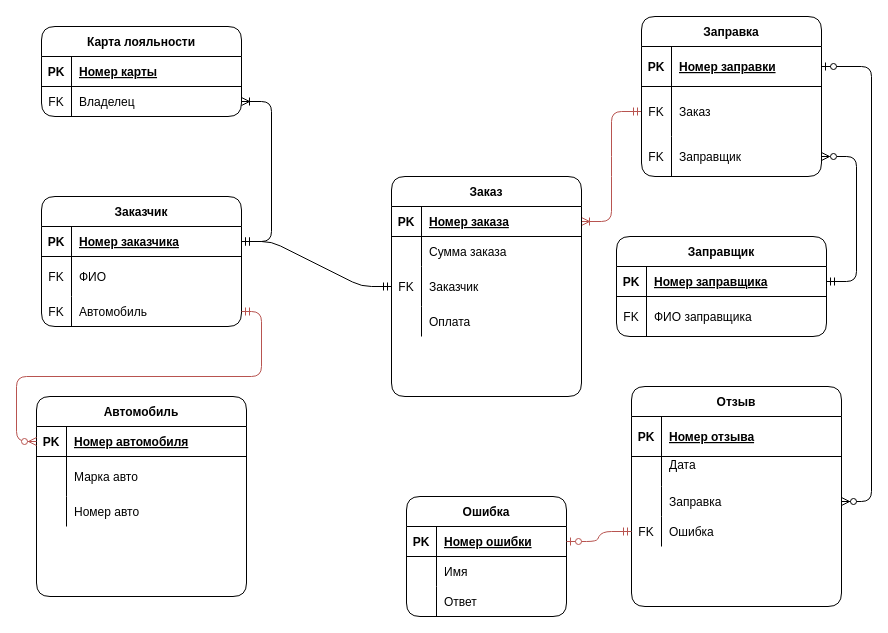
This is page "Logical" (1 of 2) of Diagrams/ERD.drawio from aleksey899/gas-station, a draw.io file, before an edit. Source tidied: cells renumbered, new cells numbered last; positions are measured from the earlier drawing's top-left corner, leaving out a move shared by most shapes. Both pictures are drawn from the tidied source at 100%, with x=0, y=0 at pixel (36, 16).
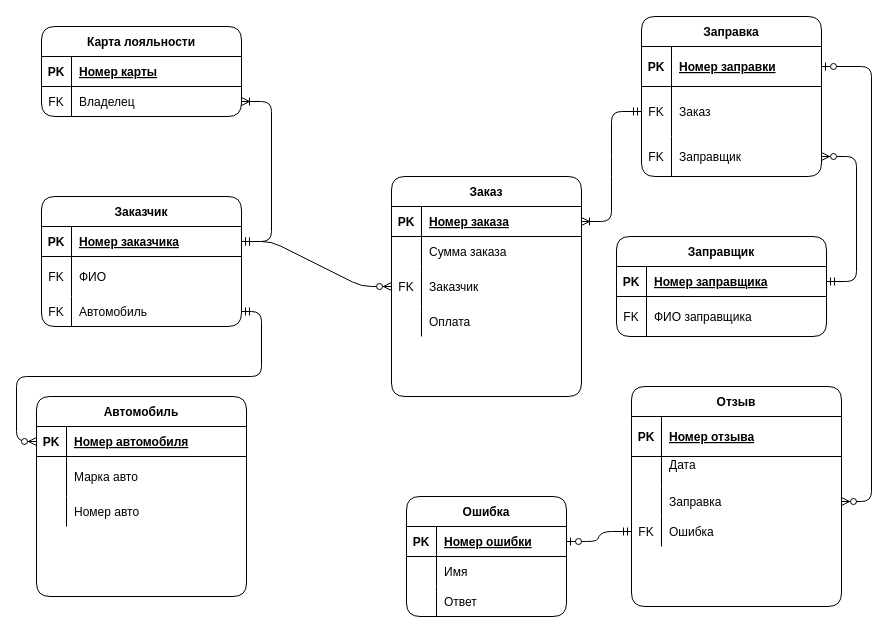
The same page after the edit.

Unchanged cells that the change refers to:
```xml
<mxCell id="7" style="shape=partialRectangle;fillColor=none;points=[[0,0.5],[1,0.5]];portConstraint=eastwest;top=0;left=0;right=0;bottom=0;" parent="3" vertex="1">
  <mxGeometry y="70" width="180" height="50" as="geometry" />
</mxCell>
<mxCell id="14" style="shape=partialRectangle;fillColor=none;points=[[0,0.5],[1,0.5]];portConstraint=eastwest;top=0;left=0;right=0;bottom=1;" parent="13" vertex="1">
  <mxGeometry y="30" width="160" height="30" as="geometry" />
</mxCell>
<mxCell id="24" style="shape=partialRectangle;fillColor=none;points=[[0,0.5],[1,0.5]];portConstraint=eastwest;top=0;left=0;right=0;bottom=1;" parent="23" vertex="1">
  <mxGeometry y="30" width="190" height="30" as="geometry" />
</mxCell>
<mxCell id="30" style="shape=partialRectangle;fillColor=none;top=0;left=0;bottom=0;right=0;points=[[0,0.5],[1,0.5]];portConstraint=eastwest;" parent="23" vertex="1">
  <mxGeometry y="90" width="190" height="40" as="geometry" />
</mxCell>
<mxCell id="46" style="shape=partialRectangle;fillColor=none;top=0;left=0;bottom=0;right=0;points=[[0,0.5],[1,0.5]];portConstraint=eastwest;" parent="36" vertex="1">
  <mxGeometry y="130" width="210" height="30" as="geometry" />
</mxCell>
<mxCell id="57" style="shape=partialRectangle;fillColor=none;points=[[0,0.5],[1,0.5]];portConstraint=eastwest;top=0;left=0;right=0;bottom=1;" parent="56" vertex="1">
  <mxGeometry y="30" width="200" height="30" as="geometry" />
</mxCell>
<mxCell id="63" style="shape=partialRectangle;fillColor=none;points=[[0,0.5],[1,0.5]];portConstraint=eastwest;top=0;left=0;right=0;bottom=0;" parent="56" vertex="1">
  <mxGeometry y="100" width="200" height="30" as="geometry" />
</mxCell>
<mxCell id="67" style="shape=partialRectangle;fillColor=none;points=[[0,0.5],[1,0.5]];portConstraint=eastwest;top=0;left=0;right=0;bottom=1;" parent="66" vertex="1">
  <mxGeometry y="30" width="210" height="30" as="geometry" />
</mxCell>
```

Diff of the diagram source:
```diff
@@
-    <mxCell id="2" style="edgeStyle=entityRelationEdgeStyle;endArrow=ERmandOne;startArrow=ERoneToMany;endFill=0;startFill=0;fillColor=#f8cecc;strokeColor=#b85450;" parent="1" edge="1" source="24" target="7">
+    <mxCell id="2" style="edgeStyle=entityRelationEdgeStyle;endArrow=ERmandOne;startArrow=ERoneToMany;endFill=0;startFill=0;fillColor=#f8cecc;" parent="1" edge="1" source="24" target="7">
       <mxGeometry relative="1" as="geometry" />
     </mxCell>
@@
-    <mxCell id="85" style="edgeStyle=entityRelationEdgeStyle;fontSize=12;html=1;endArrow=ERzeroToOne;endFill=1;strokeColor=#b85450;fillColor=#f8cecc;startArrow=ERmandOne;startFill=0;" parent="1" edge="1" source="46" target="14">
+    <mxCell id="85" style="edgeStyle=entityRelationEdgeStyle;fontSize=12;html=1;endArrow=ERzeroToOne;endFill=1;fillColor=#f8cecc;startArrow=ERmandOne;startFill=0;" parent="1" edge="1" source="46" target="14">
       <mxGeometry relative="1" as="geometry" />
     </mxCell>
@@
-    <mxCell id="87" style="edgeStyle=entityRelationEdgeStyle;fontSize=12;html=1;endArrow=ERmandOne;endFill=0;strokeColor=#000000;startArrow=ERmandOne;startFill=0;" parent="1" edge="1" source="57" target="30">
+    <mxCell id="87" style="edgeStyle=entityRelationEdgeStyle;fontSize=12;html=1;endArrow=ERzeroToMany;endFill=1;strokeColor=#000000;startArrow=ERmandOne;startFill=0;" parent="1" edge="1" source="57" target="30">
       <mxGeometry relative="1" as="geometry" />
     </mxCell>
-    <mxCell id="88" style="edgeStyle=orthogonalEdgeStyle;rounded=1;jettySize=auto;html=1;startArrow=ERzeroToMany;startFill=1;endArrow=ERmandOne;endFill=0;fillColor=#f8cecc;strokeColor=#b85450;" parent="1" edge="1" source="67" target="63">
+    <mxCell id="88" style="edgeStyle=orthogonalEdgeStyle;rounded=1;jettySize=auto;html=1;startArrow=ERzeroToMany;startFill=1;endArrow=ERmandOne;endFill=0;fillColor=#f8cecc;" parent="1" edge="1" source="67" target="63">
       <mxGeometry relative="1" as="geometry" />
     </mxCell>
```
